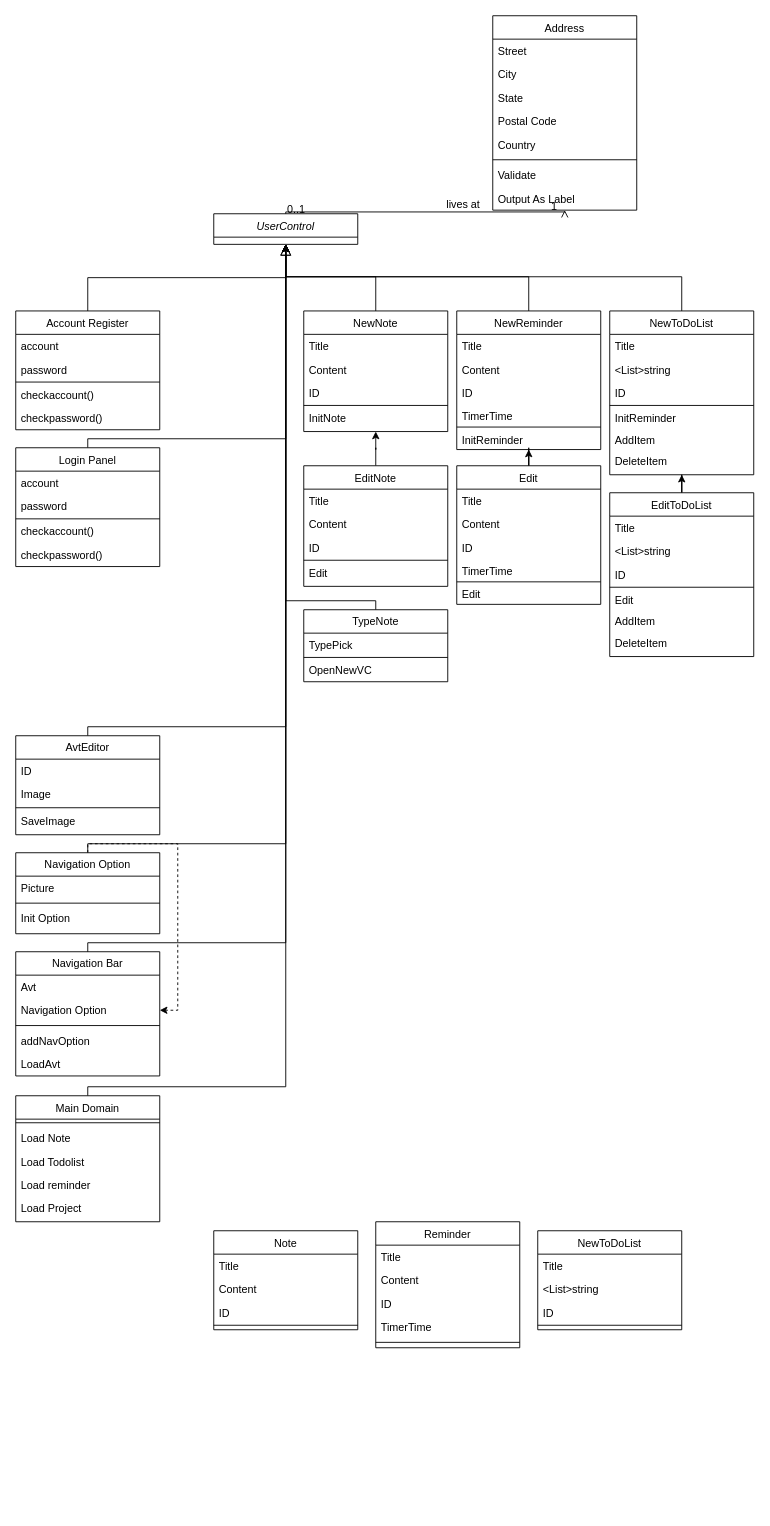
Earlier version of the draw.io diagram images/Untitled Diagram.drawio (NhaDo/Note-Management). Source tidied: cells renumbered, new cells numbered last; positions are measured from the earlier drawing's top-left corner, leaving out a move shared by most shapes. Both pictures are drawn from the tidied source at 90%, with x=0, y=0 at pixel (15, 15).
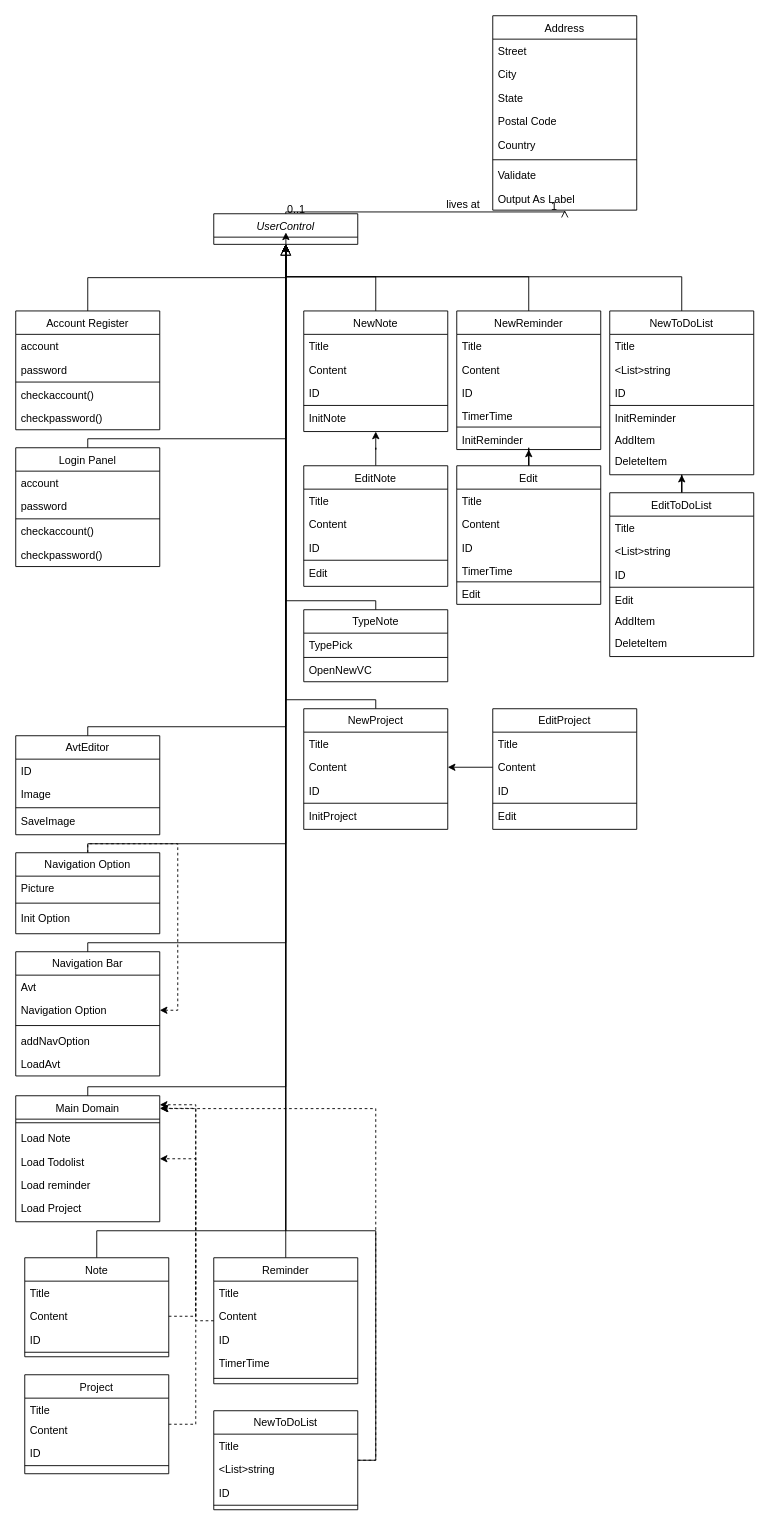
The same diagram, later.

The change refers to these unchanged cells:
```xml
<mxCell id="2" value="UserControl" style="swimlane;fontStyle=2;align=center;verticalAlign=top;horizontal=1;startSize=26;rounded=0;shadow=0;strokeWidth=1;" parent="1" vertex="1">
  <mxGeometry x="220" y="220" width="160" height="34" as="geometry" />
</mxCell>
<mxCell id="44" value="Main Domain" style="swimlane;fontStyle=0;align=center;verticalAlign=top;horizontal=1;startSize=26;rounded=0;shadow=0;strokeWidth=1;" parent="1" vertex="1">
  <mxGeometry y="1200" width="160" height="140" as="geometry" />
</mxCell>
<mxCell id="111" value="Content" style="text;align=left;verticalAlign=top;spacingLeft=4;spacingRight=4;overflow=hidden;points=[[0,0.5],[1,0.5]];portConstraint=eastwest;" parent="109" vertex="1">
  <mxGeometry y="52" width="160" height="26" as="geometry" />
</mxCell>
```

The edit, as a diff of the source:
```diff
@@
+    <mxCell id="125" style="edgeStyle=orthogonalEdgeStyle;rounded=0;jettySize=auto;html=1;" parent="1" edge="1" source="109" target="2">
+      <mxGeometry relative="1" as="geometry">
+        <Array as="points">
+          <mxPoint x="90" y="1350" />
+          <mxPoint x="300" y="1350" />
+        </Array>
+      </mxGeometry>
+    </mxCell>
     <mxCell id="109" value="Note" style="swimlane;fontStyle=0;align=center;verticalAlign=top;horizontal=1;startSize=26;rounded=0;shadow=0;strokeWidth=1;" parent="1" vertex="1">
-      <mxGeometry x="220" y="1350" width="160" height="110" as="geometry" />
+      <mxGeometry x="10" y="1380" width="160" height="110" as="geometry" />
     </mxCell>
@@
+    <mxCell id="126" style="edgeStyle=orthogonalEdgeStyle;rounded=0;jettySize=auto;html=1;" parent="1" edge="1" source="114" target="2">
+      <mxGeometry relative="1" as="geometry" />
+    </mxCell>
+    <mxCell id="127" style="edgeStyle=orthogonalEdgeStyle;rounded=0;jettySize=auto;html=1;dashed=1;" parent="1" edge="1" source="114" target="44">
+      <mxGeometry relative="1" as="geometry">
+        <Array as="points">
+          <mxPoint x="200" y="1450" />
+          <mxPoint x="200" y="1210" />
+        </Array>
+      </mxGeometry>
+    </mxCell>
     <mxCell id="114" value="Reminder" style="swimlane;fontStyle=0;align=center;verticalAlign=top;horizontal=1;startSize=26;rounded=0;shadow=0;strokeWidth=1;" parent="1" vertex="1">
-      <mxGeometry x="400" y="1340" width="160" height="140" as="geometry" />
+      <mxGeometry x="220" y="1380" width="160" height="140" as="geometry" />
     </mxCell>
@@
+    <mxCell id="128" style="edgeStyle=orthogonalEdgeStyle;rounded=0;jettySize=auto;html=1;" parent="1" edge="1" source="120" target="2">
+      <mxGeometry relative="1" as="geometry">
+        <Array as="points">
+          <mxPoint x="400" y="1605" />
+          <mxPoint x="400" y="1350" />
+          <mxPoint x="300" y="1350" />
+        </Array>
+      </mxGeometry>
+    </mxCell>
+    <mxCell id="129" style="edgeStyle=orthogonalEdgeStyle;rounded=0;jettySize=auto;html=1;entryX=1.007;entryY=0.102;entryDx=0;entryDy=0;entryPerimeter=0;dashed=1;" parent="1" edge="1" source="120" target="44">
+      <mxGeometry relative="1" as="geometry">
+        <Array as="points">
+          <mxPoint x="400" y="1605" />
+          <mxPoint x="400" y="1214" />
+        </Array>
+      </mxGeometry>
+    </mxCell>
     <mxCell id="120" value="NewToDoList" style="swimlane;fontStyle=0;align=center;verticalAlign=top;horizontal=1;startSize=26;rounded=0;shadow=0;strokeWidth=1;" parent="1" vertex="1">
-      <mxGeometry x="580" y="1350" width="160" height="110" as="geometry" />
+      <mxGeometry x="220" y="1550" width="160" height="110" as="geometry" />
     </mxCell>
@@
+    <mxCell id="130" style="edgeStyle=orthogonalEdgeStyle;rounded=0;jettySize=auto;html=1;dashed=1;" parent="1" edge="1" source="111">
+      <mxGeometry relative="1" as="geometry">
+        <mxPoint x="160" y="1214" as="targetPoint" />
+        <Array as="points">
+          <mxPoint x="200" y="1445" />
+          <mxPoint x="200" y="1214" />
+        </Array>
+      </mxGeometry>
+    </mxCell>
+    <mxCell id="131" style="edgeStyle=orthogonalEdgeStyle;rounded=0;jettySize=auto;html=1;dashed=1;" parent="1" edge="1" source="132" target="44">
+      <mxGeometry relative="1" as="geometry">
+        <Array as="points">
+          <mxPoint x="200" y="1565" />
+          <mxPoint x="200" y="1270" />
+        </Array>
+      </mxGeometry>
+    </mxCell>
+    <mxCell id="132" value="Project" style="swimlane;fontStyle=0;align=center;verticalAlign=top;horizontal=1;startSize=26;rounded=0;shadow=0;strokeWidth=1;" parent="1" vertex="1">
+      <mxGeometry x="10" y="1510" width="160" height="110" as="geometry" />
+    </mxCell>
+    <mxCell id="133" value="Title" style="text;align=left;verticalAlign=top;spacingLeft=4;spacingRight=4;overflow=hidden;" parent="132" vertex="1">
+      <mxGeometry y="26" width="160" height="22" as="geometry" />
+    </mxCell>
+    <mxCell id="134" value="Content" style="text;align=left;verticalAlign=top;spacingLeft=4;spacingRight=4;overflow=hidden;" parent="132" vertex="1">
+      <mxGeometry y="48" width="160" height="26" as="geometry" />
+    </mxCell>
+    <mxCell id="135" value="ID" style="text;align=left;verticalAlign=top;spacingLeft=4;spacingRight=4;overflow=hidden;" parent="132" vertex="1">
+      <mxGeometry y="74" width="160" height="26" as="geometry" />
+    </mxCell>
+    <mxCell id="136" style="line;html=1;strokeWidth=1;align=left;verticalAlign=middle;spacingTop=-1;spacingLeft=3;spacingRight=3;labelPosition=right;" parent="132" vertex="1">
+      <mxGeometry y="100" width="160" height="2" as="geometry" />
+    </mxCell>
+    <mxCell id="137" style="edgeStyle=orthogonalEdgeStyle;rounded=0;jettySize=auto;html=1;entryX=0.501;entryY=0.61;entryDx=0;entryDy=0;entryPerimeter=0;" parent="1" edge="1" source="138" target="2">
+      <mxGeometry relative="1" as="geometry">
+        <Array as="points">
+          <mxPoint x="400" y="760" />
+          <mxPoint x="300" y="760" />
+        </Array>
+      </mxGeometry>
+    </mxCell>
+    <mxCell id="138" value="NewProject" style="swimlane;fontStyle=0;align=center;verticalAlign=top;horizontal=1;startSize=26;rounded=0;shadow=0;strokeWidth=1;" parent="1" vertex="1">
+      <mxGeometry x="320" y="770" width="160" height="134" as="geometry" />
+    </mxCell>
+    <mxCell id="139" value="Title" style="text;align=left;verticalAlign=top;spacingLeft=4;spacingRight=4;overflow=hidden;" parent="138" vertex="1">
+      <mxGeometry y="26" width="160" height="26" as="geometry" />
+    </mxCell>
+    <mxCell id="140" value="Content" style="text;align=left;verticalAlign=top;spacingLeft=4;spacingRight=4;overflow=hidden;points=[[0,0.5],[1,0.5]];portConstraint=eastwest;" parent="138" vertex="1">
+      <mxGeometry y="52" width="160" height="26" as="geometry" />
+    </mxCell>
+    <mxCell id="141" value="ID" style="text;align=left;verticalAlign=top;spacingLeft=4;spacingRight=4;overflow=hidden;" parent="138" vertex="1">
+      <mxGeometry y="78" width="160" height="26" as="geometry" />
+    </mxCell>
+    <mxCell id="142" style="line;html=1;strokeWidth=1;align=left;verticalAlign=middle;spacingTop=-1;spacingLeft=3;spacingRight=3;labelPosition=right;" parent="138" vertex="1">
+      <mxGeometry y="104" width="160" height="2" as="geometry" />
+    </mxCell>
+    <mxCell id="143" value="InitProject" style="text;align=left;verticalAlign=top;spacingLeft=4;spacingRight=4;overflow=hidden;" parent="138" vertex="1">
+      <mxGeometry y="106" width="160" height="24" as="geometry" />
+    </mxCell>
+    <mxCell id="144" value="EditProject" style="swimlane;fontStyle=0;align=center;verticalAlign=top;horizontal=1;startSize=26;rounded=0;shadow=0;strokeWidth=1;" parent="1" vertex="1">
+      <mxGeometry x="530" y="770" width="160" height="134" as="geometry" />
+    </mxCell>
+    <mxCell id="145" value="Title" style="text;align=left;verticalAlign=top;spacingLeft=4;spacingRight=4;overflow=hidden;" parent="144" vertex="1">
+      <mxGeometry y="26" width="160" height="26" as="geometry" />
+    </mxCell>
+    <mxCell id="146" value="Content" style="text;align=left;verticalAlign=top;spacingLeft=4;spacingRight=4;overflow=hidden;points=[[0,0.5],[1,0.5]];portConstraint=eastwest;" parent="144" vertex="1">
+      <mxGeometry y="52" width="160" height="26" as="geometry" />
+    </mxCell>
+    <mxCell id="147" value="ID" style="text;align=left;verticalAlign=top;spacingLeft=4;spacingRight=4;overflow=hidden;" parent="144" vertex="1">
+      <mxGeometry y="78" width="160" height="26" as="geometry" />
+    </mxCell>
+    <mxCell id="148" style="line;html=1;strokeWidth=1;align=left;verticalAlign=middle;spacingTop=-1;spacingLeft=3;spacingRight=3;labelPosition=right;" parent="144" vertex="1">
+      <mxGeometry y="104" width="160" height="2" as="geometry" />
+    </mxCell>
+    <mxCell id="149" value="Edit" style="text;align=left;verticalAlign=top;spacingLeft=4;spacingRight=4;overflow=hidden;" parent="144" vertex="1">
+      <mxGeometry y="106" width="160" height="24" as="geometry" />
+    </mxCell>
+    <mxCell id="150" style="edgeStyle=orthogonalEdgeStyle;rounded=0;jettySize=auto;html=1;entryX=1;entryY=0.5;entryDx=0;entryDy=0;" parent="1" edge="1" source="146" target="140">
+      <mxGeometry relative="1" as="geometry" />
+    </mxCell>
```
